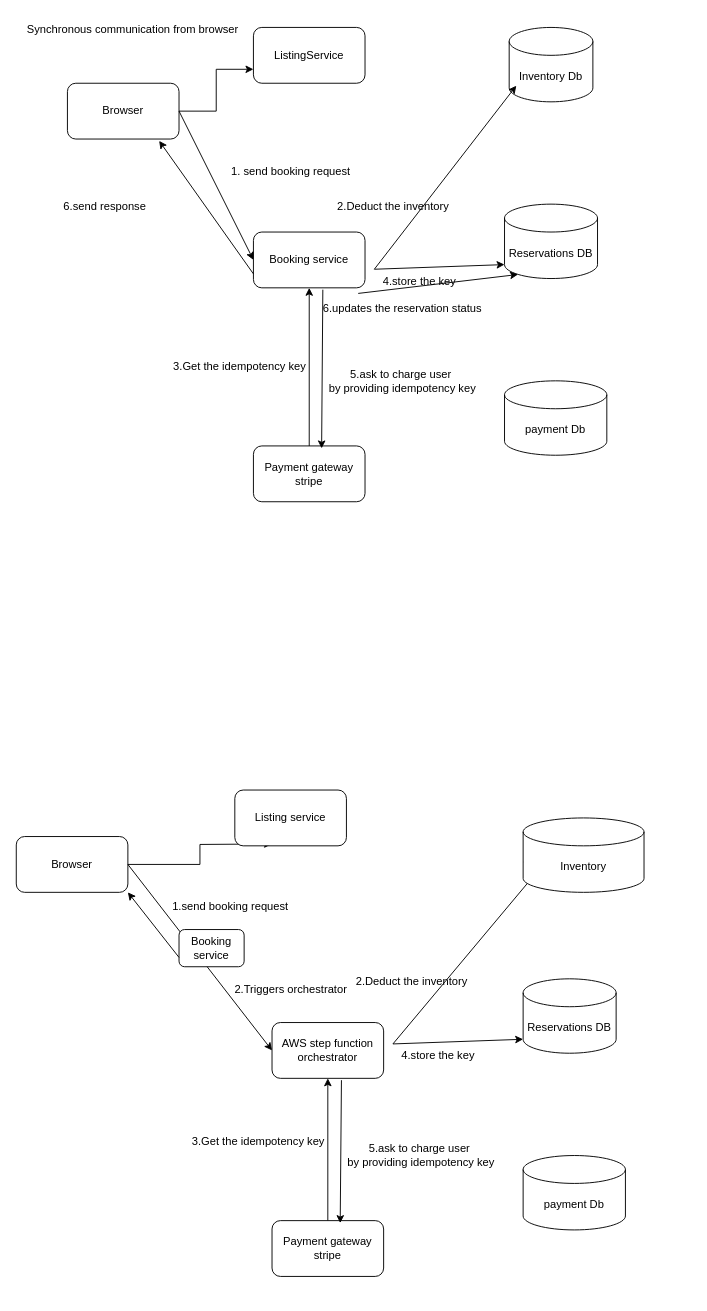
vemarajusaikrishna/hld keeps this draw.io diagram as payment/Payment.drawio. Above is the earlier version. Source tidied: cells renumbered, new cells numbered last; positions are measured from the earlier drawing's top-left corner, leaving out a move shared by most shapes. Both pictures are drawn from the tidied source at 93%, with x=0, y=0 at pixel (16, 16).
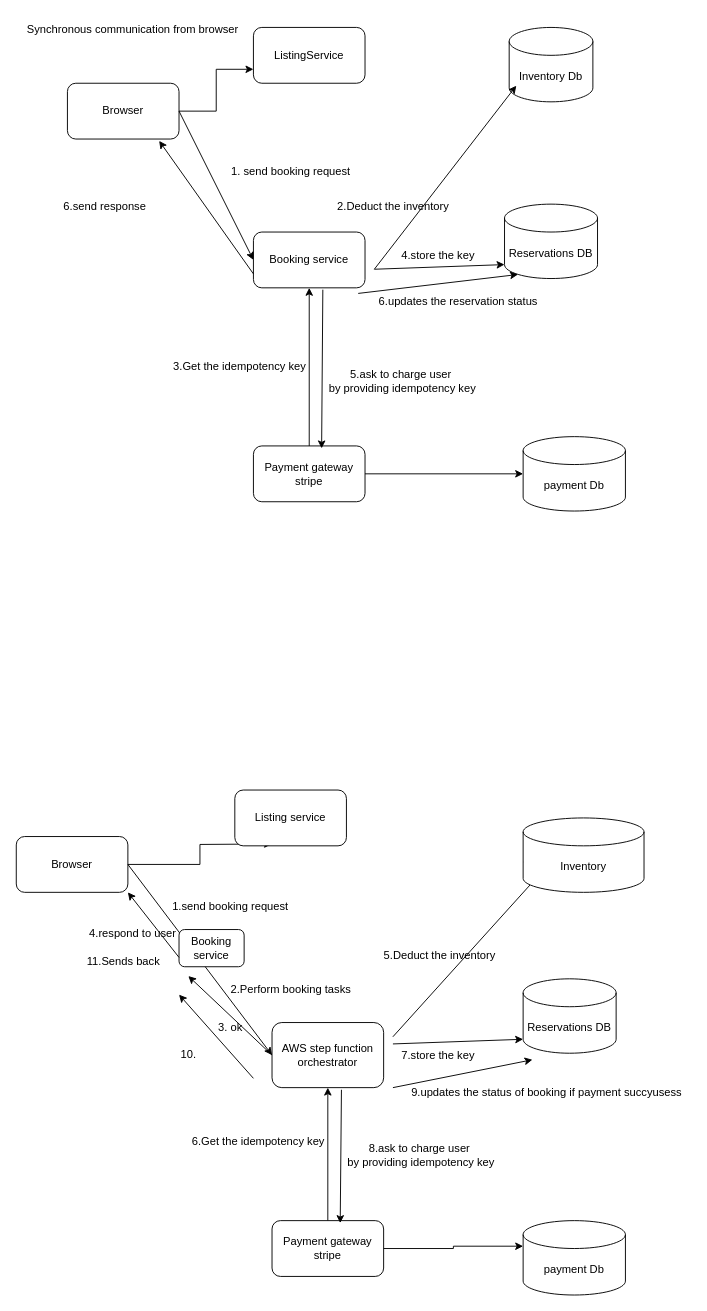
The same diagram, later.

Unchanged cells that the change refers to:
```xml
<mxCell id="10" value="Payment gateway stripe" style="rounded=1;whiteSpace=wrap;html=1;" parent="1" vertex="1">
  <mxGeometry x="255" y="462" width="120" height="60" as="geometry" />
</mxCell>
<mxCell id="27" value="Payment gateway stripe" style="rounded=1;whiteSpace=wrap;html=1;" parent="1" vertex="1">
  <mxGeometry x="275" y="1295" width="120" height="60" as="geometry" />
</mxCell>
<mxCell id="37" value="Inventory" style="shape=cylinder3;whiteSpace=wrap;html=1;boundedLbl=1;backgroundOutline=1;size=15;" parent="1" vertex="1">
  <mxGeometry x="545" y="862" width="130" height="80" as="geometry" />
</mxCell>
```

The edit, as a diff of the source:
```diff
@@
     <mxCell id="6" value="payment Db" style="shape=cylinder3;whiteSpace=wrap;html=1;boundedLbl=1;backgroundOutline=1;size=15;" parent="1" vertex="1">
-      <mxGeometry x="525" y="392" width="110" height="80" as="geometry" />
+      <mxGeometry x="545" y="452" width="110" height="80" as="geometry" />
     </mxCell>
@@
     <mxCell id="18" value="4.store the key&amp;nbsp;" style="text;html=1;align=center;verticalAlign=middle;strokeColor=none;fillColor=none;" parent="1" vertex="1">
-      <mxGeometry x="380" y="270" width="110" height="30" as="geometry" />
+      <mxGeometry x="400" y="242" width="110" height="30" as="geometry" />
     </mxCell>
@@
     <mxCell id="24" value="payment Db" style="shape=cylinder3;whiteSpace=wrap;html=1;boundedLbl=1;backgroundOutline=1;size=15;" parent="1" vertex="1">
-      <mxGeometry x="545" y="1225" width="110" height="80" as="geometry" />
+      <mxGeometry x="545" y="1295" width="110" height="80" as="geometry" />
     </mxCell>
     <mxCell id="25" value="AWS step function orchestrator" style="rounded=1;whiteSpace=wrap;html=1;" parent="1" vertex="1">
-      <mxGeometry x="275" y="1082" width="120" height="60" as="geometry" />
+      <mxGeometry x="275" y="1082" width="120" height="70" as="geometry" />
     </mxCell>
@@
-    <mxCell id="29" value="3.Get the idempotency key" style="text;html=1;align=center;verticalAlign=middle;strokeColor=none;fillColor=none;" parent="1" vertex="1">
+    <mxCell id="29" value="6.Get the idempotency key" style="text;html=1;align=center;verticalAlign=middle;strokeColor=none;fillColor=none;" parent="1" vertex="1">
       <mxGeometry x="175" y="1195" width="170" height="30" as="geometry" />
     </mxCell>
@@
-    <mxCell id="31" value="5.ask to charge user&amp;nbsp;&lt;div&gt;by providing idempotency key&lt;/div&gt;" style="text;html=1;align=center;verticalAlign=middle;strokeColor=none;fillColor=none;" parent="1" vertex="1">
+    <mxCell id="31" value="8.ask to charge user&amp;nbsp;&lt;div&gt;by providing idempotency key&lt;/div&gt;" style="text;html=1;align=center;verticalAlign=middle;strokeColor=none;fillColor=none;" parent="1" vertex="1">
       <mxGeometry x="345" y="1205" width="180" height="40" as="geometry" />
     </mxCell>
@@
-    <mxCell id="34" value="2.Deduct the inventory" style="text;html=1;align=center;verticalAlign=middle;strokeColor=none;fillColor=none;" parent="1" vertex="1">
-      <mxGeometry x="355" y="1023" width="140" height="30" as="geometry" />
+    <mxCell id="34" value="5.Deduct the inventory" style="text;html=1;align=center;verticalAlign=middle;strokeColor=none;fillColor=none;" parent="1" vertex="1">
+      <mxGeometry x="385" y="995.2" width="140" height="30" as="geometry" />
     </mxCell>
-    <mxCell id="35" value="4.store the key&amp;nbsp;" style="text;html=1;align=center;verticalAlign=middle;points=[];strokeColor=none;fillColor=none;" parent="1" vertex="1">
+    <mxCell id="35" value="7.store the key&amp;nbsp;" style="text;html=1;align=center;verticalAlign=middle;points=[];strokeColor=none;fillColor=none;" parent="1" vertex="1">
       <mxGeometry x="400" y="1103" width="110" height="30" as="geometry" />
     </mxCell>
-    <mxCell id="36" style="endArrow=classic;html=1;rounded=0;entryX=0.085;entryY=0.783;entryDx=0;entryDy=0;entryPerimeter=0;" parent="1" edge="1" target="37">
+    <mxCell id="36" style="endArrow=classic;html=1;rounded=0;entryX=0.085;entryY=0.783;entryDx=0;entryDy=0;entryPerimeter=0;exitX=0.045;exitY=-0.189;exitDx=0;exitDy=0;exitPerimeter=0;" parent="1" edge="1" source="35">
       <mxGeometry relative="1" as="geometry">
-        <mxPoint x="405" y="1105" as="sourcePoint" />
+        <mxPoint x="586.1" y="896.8" as="targetPoint" />
       </mxGeometry>
     </mxCell>
@@
-    <mxCell id="44" value="2.Triggers orchestrator" style="text;html=1;align=center;verticalAlign=middle;strokeColor=none;fillColor=none;" parent="1" vertex="1">
-      <mxGeometry x="225" y="1032" width="140" height="30" as="geometry" />
+    <mxCell id="44" value="2.Perform booking tasks" style="text;html=1;align=center;verticalAlign=middle;strokeColor=none;fillColor=none;" parent="1" vertex="1">
+      <mxGeometry x="220" y="1032" width="150" height="30" as="geometry" />
     </mxCell>
@@
     <mxCell id="47" value="6.updates the reservation status" style="text;html=1;align=center;verticalAlign=middle;strokeColor=none;fillColor=none;" parent="1" vertex="1">
-      <mxGeometry x="320" y="300" width="190" height="30" as="geometry" />
+      <mxGeometry x="380" y="292" width="190" height="30" as="geometry" />
     </mxCell>
+    <mxCell id="48" style="endArrow=classic;html=1;rounded=0;exitX=0;exitY=0.5;exitDx=0;exitDy=0;" parent="1" edge="1" source="25">
+      <mxGeometry relative="1" as="geometry">
+        <mxPoint x="185" y="1032" as="targetPoint" />
+      </mxGeometry>
+    </mxCell>
+    <mxCell id="49" value="3. ok" style="text;html=1;align=center;verticalAlign=middle;strokeColor=none;fillColor=none;" parent="1" vertex="1">
+      <mxGeometry x="205" y="1073" width="50" height="30" as="geometry" />
+    </mxCell>
+    <mxCell id="50" value="4.respond to user" style="text;html=1;align=center;verticalAlign=middle;strokeColor=none;fillColor=none;" parent="1" vertex="1">
+      <mxGeometry x="65" y="972" width="120" height="30" as="geometry" />
+    </mxCell>
+    <mxCell id="51" style="endArrow=classic;html=1;rounded=0;" parent="1" edge="1">
+      <mxGeometry relative="1" as="geometry">
+        <mxPoint x="405" y="1152" as="sourcePoint" />
+        <mxPoint x="555" y="1122" as="targetPoint" />
+      </mxGeometry>
+    </mxCell>
+    <mxCell id="52" value="9.updates the status of booking if payment succyusess" style="text;html=1;align=center;verticalAlign=middle;strokeColor=none;fillColor=none;" parent="1" vertex="1">
+      <mxGeometry x="415" y="1142" width="310" height="30" as="geometry" />
+    </mxCell>
+    <mxCell id="53" style="endArrow=classic;html=1;rounded=0;" parent="1" edge="1">
+      <mxGeometry relative="1" as="geometry">
+        <mxPoint x="255" y="1142" as="sourcePoint" />
+        <mxPoint x="175" y="1052" as="targetPoint" />
+      </mxGeometry>
+    </mxCell>
+    <mxCell id="54" value="10." style="text;html=1;align=center;verticalAlign=middle;strokeColor=none;fillColor=none;" parent="1" vertex="1">
+      <mxGeometry x="165" y="1102" width="40" height="30" as="geometry" />
+    </mxCell>
+    <mxCell id="55" value="11.Sends back" style="text;html=1;align=center;verticalAlign=middle;strokeColor=none;fillColor=none;" parent="1" vertex="1">
+      <mxGeometry x="65" y="1002" width="100" height="30" as="geometry" />
+    </mxCell>
+    <mxCell id="56" style="edgeStyle=orthogonalEdgeStyle;rounded=0;jettySize=auto;html=1;entryX=0;entryY=0;entryDx=0;entryDy=27.5;entryPerimeter=0;" parent="1" edge="1" source="27" target="24">
+      <mxGeometry relative="1" as="geometry" />
+    </mxCell>
+    <mxCell id="57" style="edgeStyle=orthogonalEdgeStyle;rounded=0;jettySize=auto;html=1;entryX=0;entryY=0.5;entryDx=0;entryDy=0;entryPerimeter=0;" parent="1" edge="1" source="10" target="6">
+      <mxGeometry relative="1" as="geometry" />
+    </mxCell>
```
